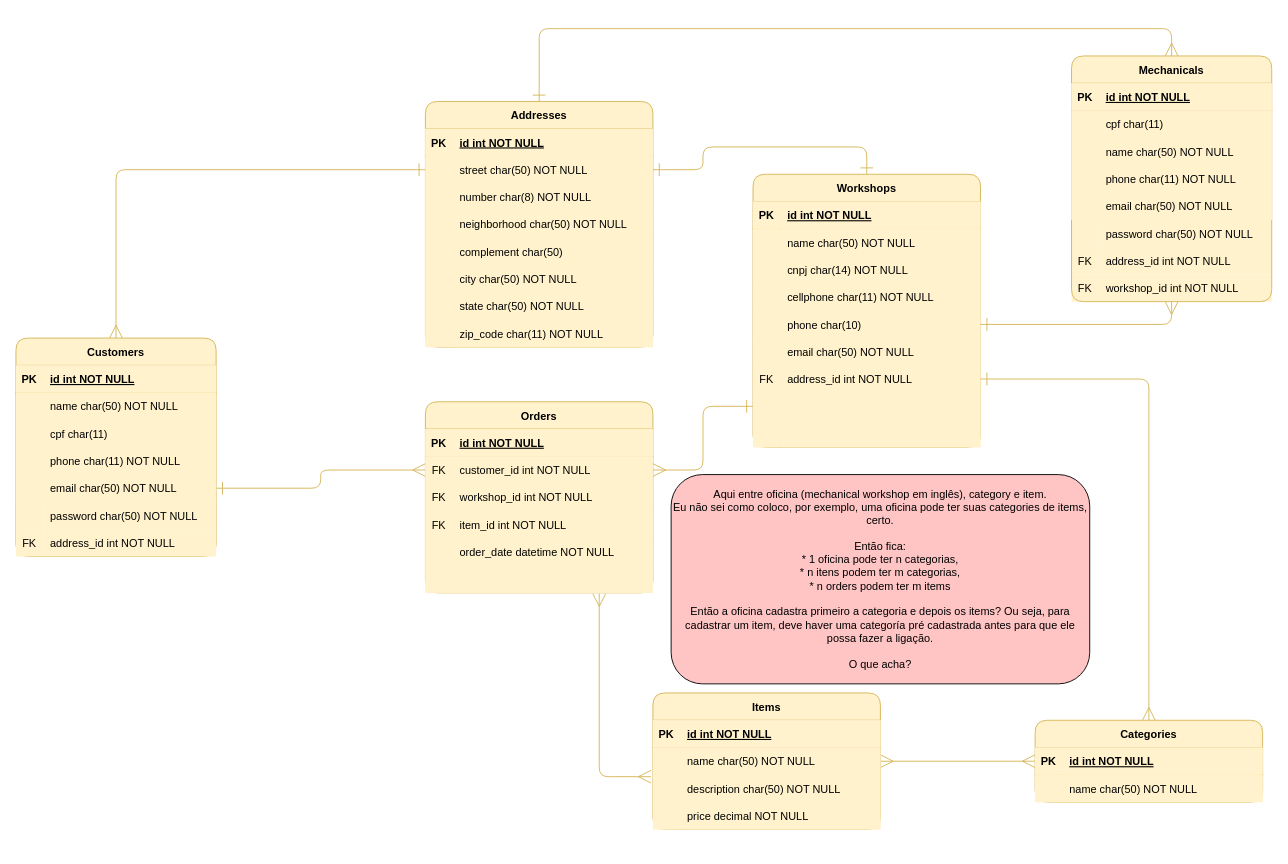
josemateuss/erm-api-mechanical keeps this draw.io diagram as erm.drawio. Above is the earlier version. Source tidied: cells renumbered, new cells numbered last; positions are measured from the earlier drawing's top-left corner, leaving out a move shared by most shapes. Both pictures are drawn from the tidied source at 91%, with x=0, y=0 at pixel (15, 56).
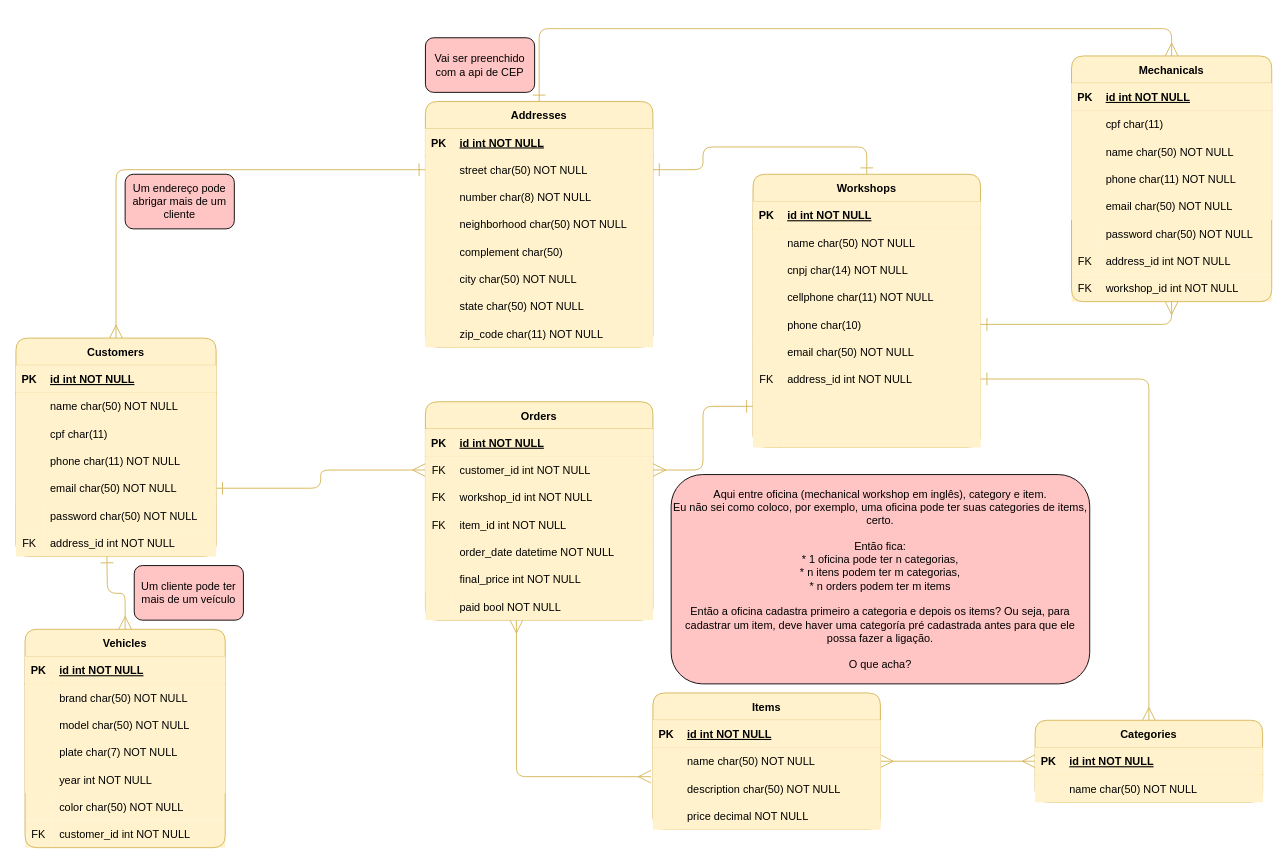
The same diagram, later.

Unchanged cells that the change refers to:
```xml
<mxCell id="103" style="shape=partialRectangle;fillColor=#fff2cc;points=[[0,0.5],[1,0.5]];portConstraint=eastwest;top=0;left=0;right=0;bottom=0;labelBorderColor=none;rounded=1;strokeColor=#d6b656;" parent="87" vertex="1">
  <mxGeometry y="180" width="250" height="30" as="geometry" />
</mxCell>
<mxCell id="133" style="shape=partialRectangle;fillColor=#fff2cc;points=[[0,0.5],[1,0.5]];portConstraint=eastwest;top=0;left=0;right=0;bottom=0;labelBorderColor=none;rounded=1;strokeColor=#d6b656;" parent="126" vertex="1">
  <mxGeometry y="90" width="250" height="30" as="geometry" />
</mxCell>
```

Change to the diagram source:
```diff
@@
-    <mxCell id="3" style="edgeStyle=orthogonalEdgeStyle;rounded=1;jettySize=auto;html=1;entryX=-0.008;entryY=0.067;entryDx=0;entryDy=0;startArrow=ERmany;startFill=0;endArrow=ERmany;endFill=0;entryPerimeter=0;endSize=12;startSize=12;exitX=0.764;exitY=1.033;exitDx=0;exitDy=0;exitPerimeter=0;fillColor=#fff2cc;strokeColor=#d6b656;" parent="1" edge="1" source="103" target="133">
-      <mxGeometry relative="1" as="geometry" />
+    <mxCell id="3" style="edgeStyle=orthogonalEdgeStyle;rounded=1;jettySize=auto;html=1;entryX=-0.008;entryY=0.067;entryDx=0;entryDy=0;startArrow=ERmany;startFill=0;endArrow=ERmany;endFill=0;entryPerimeter=0;endSize=12;startSize=12;fillColor=#fff2cc;strokeColor=#d6b656;" parent="1" edge="1" target="133">
+      <mxGeometry relative="1" as="geometry">
+        <mxPoint x="550" y="620" as="sourcePoint" />
+        <Array as="points">
+          <mxPoint x="550" y="680" />
+          <mxPoint x="550" y="792" />
+        </Array>
+      </mxGeometry>
     </mxCell>
@@
     <mxCell id="87" value="Orders" style="shape=table;startSize=30;childLayout=tableLayout;rowLines=0;fontStyle=1;align=center;labelBorderColor=none;rounded=1;fillColor=#fff2cc;strokeColor=#d6b656;" parent="1" vertex="1">
-      <mxGeometry x="450" y="380" width="250" height="210" as="geometry" />
+      <mxGeometry x="450" y="380" width="250" height="240" as="geometry" />
     </mxCell>
@@
+    <mxCell id="148" value="Vai ser preenchido com a api de CEP" style="rounded=1;whiteSpace=wrap;html=1;fillColor=#FFC4C4;" parent="1" vertex="1">
+      <mxGeometry x="450" y="-20" width="120" height="60" as="geometry" />
+    </mxCell>
+    <mxCell id="149" value="customer_id int NOT NULL" style="shape=partialRectangle;overflow=hidden;fillColor=#fff2cc;top=0;left=0;bottom=0;right=0;align=left;spacingLeft=6;labelBorderColor=none;rounded=1;strokeColor=#d6b656;" parent="1" vertex="1">
+      <mxGeometry x="40" y="840" width="190" height="30" as="geometry" />
+    </mxCell>
+    <mxCell id="150" value="FK" style="shape=partialRectangle;overflow=hidden;fillColor=#fff2cc;top=0;left=0;bottom=0;right=0;labelBorderColor=none;rounded=1;strokeColor=#d6b656;" parent="1" vertex="1">
+      <mxGeometry x="10" y="840" width="30" height="30" as="geometry" />
+    </mxCell>
+    <mxCell id="151" value="color char(50) NOT NULL" style="shape=partialRectangle;overflow=hidden;fillColor=#fff2cc;top=0;left=0;bottom=0;right=0;align=left;spacingLeft=6;labelBorderColor=none;rounded=1;strokeColor=#d6b656;" parent="1" vertex="1">
+      <mxGeometry x="40" y="810" width="190" height="30" as="geometry" />
+    </mxCell>
+    <mxCell id="152" style="shape=partialRectangle;overflow=hidden;fillColor=#fff2cc;top=0;left=0;bottom=0;right=0;labelBorderColor=none;rounded=1;strokeColor=#d6b656;" parent="1" vertex="1">
+      <mxGeometry x="10" y="800" width="30" height="40" as="geometry" />
+    </mxCell>
+    <mxCell id="153" style="edgeStyle=orthogonalEdgeStyle;rounded=1;jettySize=auto;html=1;labelBorderColor=none;endArrow=ERmany;endFill=0;startArrow=ERone;startFill=0;strokeWidth=1;endSize=12;startSize=12;fillColor=#fff2cc;strokeColor=#d6b656;" parent="1" edge="1" target="156">
+      <mxGeometry relative="1" as="geometry">
+        <mxPoint x="100" y="550" as="sourcePoint" />
+      </mxGeometry>
+    </mxCell>
+    <mxCell id="154" value="Um cliente pode ter mais de um veículo" style="rounded=1;whiteSpace=wrap;html=1;fillColor=#FFC4C4;" parent="1" vertex="1">
+      <mxGeometry x="130" y="560" width="120" height="60" as="geometry" />
+    </mxCell>
+    <mxCell id="155" value="Um endereço pode abrigar mais de um cliente" style="rounded=1;whiteSpace=wrap;html=1;fillColor=#FFC4C4;" parent="1" vertex="1">
+      <mxGeometry x="120" y="130" width="120" height="60" as="geometry" />
+    </mxCell>
+    <mxCell id="156" value="Vehicles" style="shape=table;startSize=30;childLayout=tableLayout;rowLines=0;fontStyle=1;align=center;labelBorderColor=none;rounded=1;fillColor=#fff2cc;strokeColor=#d6b656;" parent="1" vertex="1">
+      <mxGeometry x="10" y="630" width="220" height="240" as="geometry" />
+    </mxCell>
+    <mxCell id="157" style="shape=partialRectangle;fillColor=#fff2cc;top=0;left=0;right=0;bottom=1;labelBorderColor=none;rounded=1;strokeColor=#d6b656;" parent="156" vertex="1">
+      <mxGeometry y="30" width="220" height="30" as="geometry" />
+    </mxCell>
+    <mxCell id="158" value="PK" style="shape=partialRectangle;overflow=hidden;fillColor=#fff2cc;top=0;left=0;bottom=0;right=0;fontStyle=1;labelBorderColor=none;rounded=1;strokeColor=#d6b656;" parent="157" vertex="1">
+      <mxGeometry width="30" height="30" as="geometry" />
+    </mxCell>
+    <mxCell id="159" value="id int NOT NULL " style="shape=partialRectangle;overflow=hidden;fillColor=#fff2cc;top=0;left=0;bottom=0;right=0;align=left;spacingLeft=6;fontStyle=5;labelBorderColor=none;rounded=1;strokeColor=#d6b656;" parent="157" vertex="1">
+      <mxGeometry x="30" width="190" height="30" as="geometry" />
+    </mxCell>
+    <mxCell id="160" style="shape=partialRectangle;fillColor=#fff2cc;top=0;left=0;right=0;bottom=0;labelBorderColor=none;rounded=1;strokeColor=#d6b656;" parent="156" vertex="1">
+      <mxGeometry y="60" width="220" height="30" as="geometry" />
+    </mxCell>
+    <mxCell id="161" style="shape=partialRectangle;overflow=hidden;fillColor=#fff2cc;top=0;left=0;bottom=0;right=0;labelBorderColor=none;rounded=1;strokeColor=#d6b656;" parent="160" vertex="1">
+      <mxGeometry width="30" height="30" as="geometry" />
+    </mxCell>
+    <mxCell id="162" value="brand char(50) NOT NULL" style="shape=partialRectangle;overflow=hidden;fillColor=#fff2cc;top=0;left=0;bottom=0;right=0;align=left;spacingLeft=6;labelBorderColor=none;rounded=1;strokeColor=#d6b656;" parent="160" vertex="1">
+      <mxGeometry x="30" width="190" height="30" as="geometry" />
+    </mxCell>
+    <mxCell id="163" style="shape=partialRectangle;fillColor=#fff2cc;top=0;left=0;right=0;bottom=0;labelBorderColor=none;rounded=1;strokeColor=#d6b656;" parent="156" vertex="1">
+      <mxGeometry y="90" width="220" height="30" as="geometry" />
+    </mxCell>
+    <mxCell id="164" style="shape=partialRectangle;overflow=hidden;fillColor=#fff2cc;top=0;left=0;bottom=0;right=0;labelBorderColor=none;rounded=1;strokeColor=#d6b656;" parent="163" vertex="1">
+      <mxGeometry width="30" height="30" as="geometry" />
+    </mxCell>
+    <mxCell id="165" value="model char(50) NOT NULL" style="shape=partialRectangle;overflow=hidden;fillColor=#fff2cc;top=0;left=0;bottom=0;right=0;align=left;spacingLeft=6;labelBorderColor=none;rounded=1;strokeColor=#d6b656;" parent="163" vertex="1">
+      <mxGeometry x="30" width="190" height="30" as="geometry" />
+    </mxCell>
+    <mxCell id="166" style="shape=partialRectangle;fillColor=#fff2cc;top=0;left=0;right=0;bottom=0;labelBorderColor=none;rounded=1;strokeColor=#d6b656;" parent="156" vertex="1">
+      <mxGeometry y="120" width="220" height="30" as="geometry" />
+    </mxCell>
+    <mxCell id="167" style="shape=partialRectangle;overflow=hidden;fillColor=#fff2cc;top=0;left=0;bottom=0;right=0;labelBorderColor=none;rounded=1;strokeColor=#d6b656;" parent="166" vertex="1">
+      <mxGeometry width="30" height="30" as="geometry" />
+    </mxCell>
+    <mxCell id="168" value="plate char(7) NOT NULL" style="shape=partialRectangle;overflow=hidden;fillColor=#fff2cc;top=0;left=0;bottom=0;right=0;align=left;spacingLeft=6;labelBorderColor=none;rounded=1;strokeColor=#d6b656;" parent="166" vertex="1">
+      <mxGeometry x="30" width="190" height="30" as="geometry" />
+    </mxCell>
+    <mxCell id="169" style="shape=partialRectangle;fillColor=#fff2cc;top=0;left=0;right=0;bottom=0;labelBorderColor=none;rounded=1;strokeColor=#d6b656;" parent="156" vertex="1">
+      <mxGeometry y="150" width="220" height="30" as="geometry" />
+    </mxCell>
+    <mxCell id="170" style="shape=partialRectangle;overflow=hidden;fillColor=#fff2cc;top=0;left=0;bottom=0;right=0;labelBorderColor=none;rounded=1;strokeColor=#d6b656;" parent="169" vertex="1">
+      <mxGeometry width="30" height="30" as="geometry" />
+    </mxCell>
+    <mxCell id="171" value="year int NOT NULL" style="shape=partialRectangle;overflow=hidden;fillColor=#fff2cc;top=0;left=0;bottom=0;right=0;align=left;spacingLeft=6;labelBorderColor=none;rounded=1;strokeColor=#d6b656;" parent="169" vertex="1">
+      <mxGeometry x="30" width="190" height="30" as="geometry" />
+    </mxCell>
+    <mxCell id="172" value="final_price int NOT NULL" style="shape=partialRectangle;overflow=hidden;fillColor=#fff2cc;top=0;left=0;bottom=0;right=0;align=left;spacingLeft=6;labelBorderColor=none;rounded=1;strokeColor=#d6b656;" parent="1" vertex="1">
+      <mxGeometry x="480" y="560" width="220" height="30" as="geometry" />
+    </mxCell>
+    <mxCell id="173" value="paid bool NOT NULL" style="shape=partialRectangle;overflow=hidden;fillColor=#fff2cc;top=0;left=0;bottom=0;right=0;align=left;spacingLeft=6;labelBorderColor=none;rounded=1;strokeColor=#d6b656;" parent="1" vertex="1">
+      <mxGeometry x="480" y="590" width="220" height="30" as="geometry" />
+    </mxCell>
+    <mxCell id="174" style="shape=partialRectangle;overflow=hidden;fillColor=#fff2cc;top=0;left=0;bottom=0;right=0;labelBorderColor=none;rounded=1;strokeColor=#d6b656;" parent="1" vertex="1">
+      <mxGeometry x="450" y="590" width="30" height="30" as="geometry" />
+    </mxCell>
```
